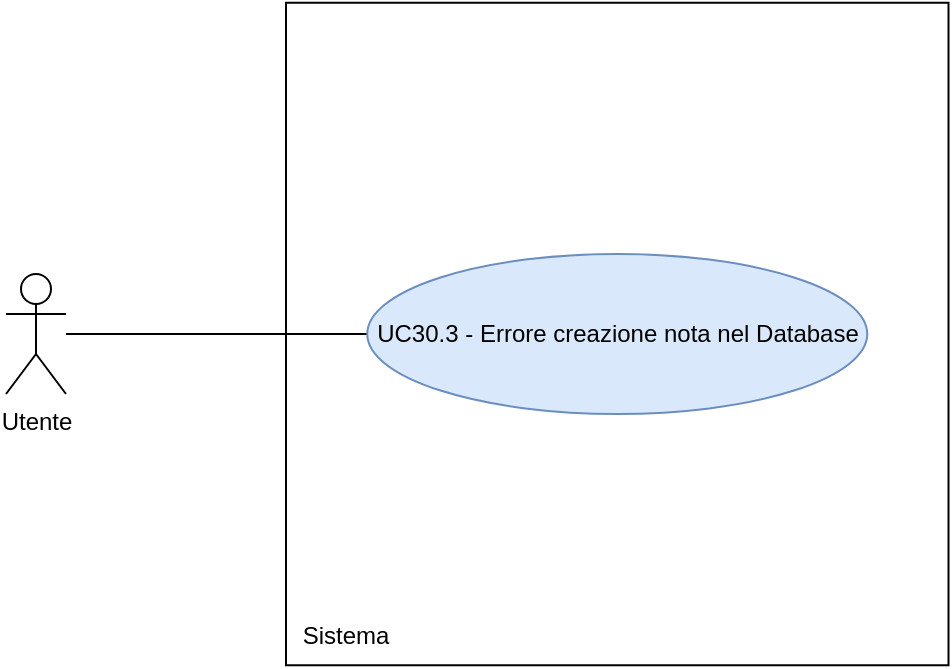
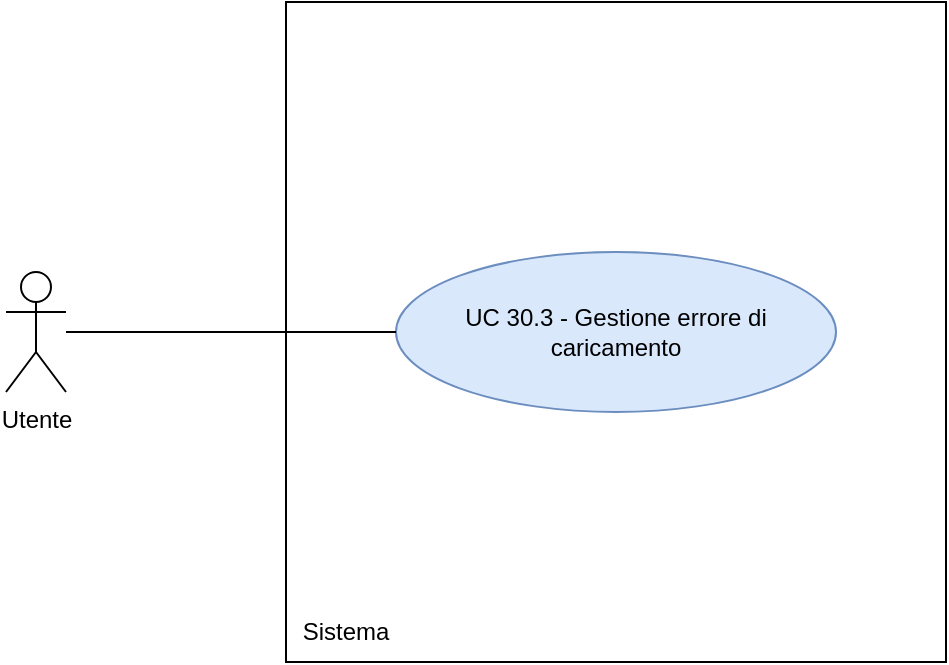
- <mxfile host="Electron" agent="Mozilla/5.0 (Macintosh; Intel Mac OS X 10_15_7) AppleWebKit/537.36 (KHTML, like Gecko) draw.io/29.6.6 Chrome/144.0.7559.236 Electron/40.8.4 Safari/537.36" version="29.6.6">
-   <diagram name="Page-1" id="txlnS8rQwgi-RHibTv1T">
-     <mxGraphModel dx="976" dy="656" grid="1" gridSize="10" guides="1" tooltips="1" connect="1" arrows="1" fold="1" page="1" pageScale="1" pageWidth="850" pageHeight="1100" math="0" shadow="0">
+ <mxfile host="app.diagrams.net">
+   <diagram name="UC 11 - Gestione Codice" id="Kt2Dgr2KxfvWRwyXOeAN">
+     <mxGraphModel dx="1483" dy="1032" grid="1" gridSize="10" guides="1" tooltips="1" connect="1" arrows="1" fold="1" page="1" pageScale="1" pageWidth="850" pageHeight="1100" math="0" shadow="0">
      <root>
        <mxCell id="0" />
        <mxCell id="1" parent="0" />
-         <mxCell id="FZwI5ev0mp1Ufgfl1J7u-1" parent="1" style="shape=umlActor;verticalLabelPosition=bottom;verticalAlign=top;html=1;outlineConnect=0;" value="Utente" vertex="1">
-           <mxGeometry height="60" width="30" x="90" y="270" as="geometry" />
+         <mxCell id="RaLqJGYHGWQkEpiDzxTo-657" parent="1" style="shape=umlActor;verticalLabelPosition=bottom;verticalAlign=top;html=1;outlineConnect=0;" value="Utente" vertex="1">
+           <mxGeometry height="60" width="30" x="140" y="395" as="geometry" />
        </mxCell>
-         <mxCell id="FZwI5ev0mp1Ufgfl1J7u-4" parent="1" style="whiteSpace=wrap;html=1;aspect=fixed;" value="" vertex="1">
-           <mxGeometry height="331.25" width="331.25" x="230" y="134.38" as="geometry" />
+         <mxCell id="RaLqJGYHGWQkEpiDzxTo-658" parent="1" style="whiteSpace=wrap;html=1;aspect=fixed;" value="" vertex="1">
+           <mxGeometry height="330" width="330" x="280" y="260" as="geometry" />
        </mxCell>
-         <mxCell id="FZwI5ev0mp1Ufgfl1J7u-6" edge="1" parent="1" source="FZwI5ev0mp1Ufgfl1J7u-5" style="edgeStyle=orthogonalEdgeStyle;rounded=0;orthogonalLoop=1;jettySize=auto;html=1;endArrow=none;endFill=0;">
-           <mxGeometry relative="1" as="geometry">
-             <mxPoint x="120" y="300" as="targetPoint" />
-           </mxGeometry>
+         <mxCell id="RaLqJGYHGWQkEpiDzxTo-659" parent="1" style="text;html=1;whiteSpace=wrap;strokeColor=none;fillColor=none;align=center;verticalAlign=middle;rounded=0;" value="Sistema" vertex="1">
+           <mxGeometry height="30" width="60" x="280" y="560" as="geometry" />
        </mxCell>
-         <mxCell id="FZwI5ev0mp1Ufgfl1J7u-5" parent="1" style="ellipse;whiteSpace=wrap;html=1;fillColor=#dae8fc;strokeColor=#6c8ebf;" value="UC30.3 - Errore creazione nota nel Database" vertex="1">
-           <mxGeometry height="80" width="250" x="270.63" y="260" as="geometry" />
+         <mxCell id="RaLqJGYHGWQkEpiDzxTo-660" parent="1" style="ellipse;whiteSpace=wrap;html=1;fillColor=#dae8fc;strokeColor=#6c8ebf;" value="UC 30.3 - Gestione errore di caricamento" vertex="1">
+           <mxGeometry height="80" width="220" x="335" y="385" as="geometry" />
        </mxCell>
-         <mxCell id="FZwI5ev0mp1Ufgfl1J7u-7" parent="1" style="text;html=1;whiteSpace=wrap;strokeColor=none;fillColor=none;align=center;verticalAlign=middle;rounded=0;" value="Sistema" vertex="1">
-           <mxGeometry height="30" width="60" x="230" y="435.63" as="geometry" />
+         <mxCell id="RaLqJGYHGWQkEpiDzxTo-661" edge="1" parent="1" source="RaLqJGYHGWQkEpiDzxTo-657" style="edgeStyle=none;rounded=0;orthogonalLoop=1;jettySize=auto;html=1;endArrow=none;endFill=0;" target="RaLqJGYHGWQkEpiDzxTo-660">
+           <mxGeometry relative="1" as="geometry" />
        </mxCell>
      </root>
    </mxGraphModel>
  </diagram>
</mxfile>
